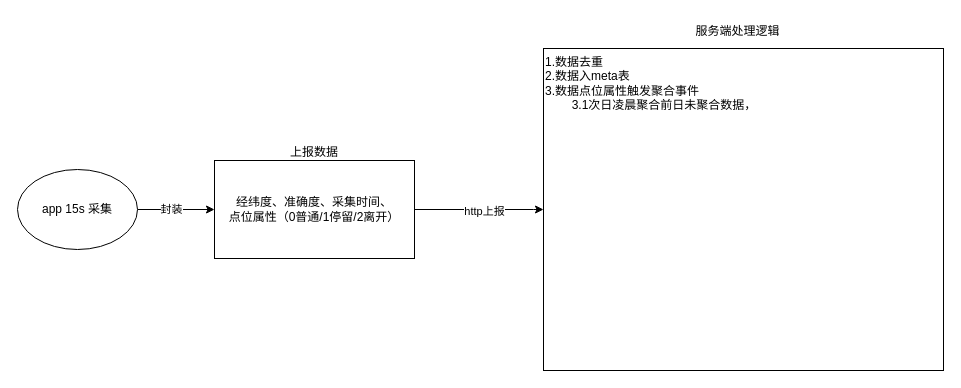
This is coordinate轨迹脑图.drawio from JimmyZzzzz/drawIO, a draw.io file, before an edit. Source tidied: cells renumbered, new cells numbered last; positions are measured from the earlier drawing's top-left corner, leaving out a move shared by most shapes. Both pictures are drawn from the tidied source at 100%, with x=0, y=0 at pixel (17, 17).
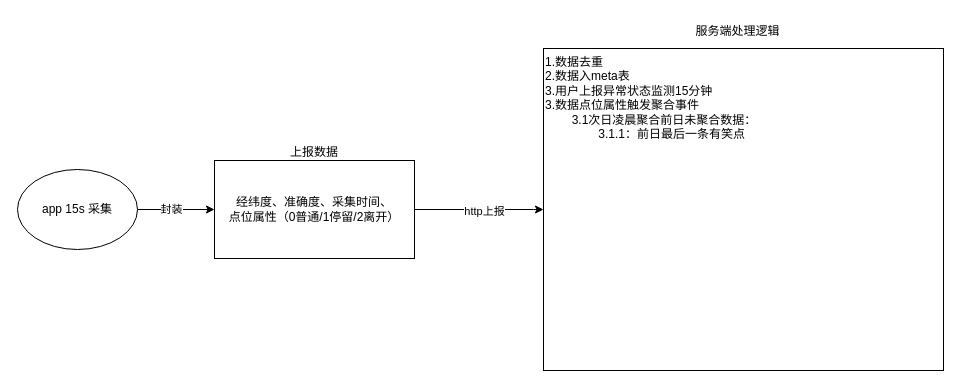
Above is the later version.

Commit message (it also covers changes not shown here):
更新coordinate轨迹脑图.drawio

The edit, as a diff of the source:
```diff
@@
 <mxGraphModel>
   <root>
     <mxCell id="0" />
     <mxCell id="1" parent="0" />
     <mxCell id="2" style="edgeStyle=orthogonalEdgeStyle;rounded=0;jettySize=auto;html=1;entryX=0;entryY=0.5;entryDx=0;entryDy=0;" parent="1" edge="1" source="4" target="7">
       <mxGeometry relative="1" as="geometry" />
     </mxCell>
     <mxCell id="3" value="封装" style="edgeLabel;html=1;align=center;verticalAlign=middle;" parent="2" vertex="1">
       <mxGeometry x="-0.15" y="1" relative="1" as="geometry" />
     </mxCell>
     <mxCell id="4" value="app 15s 采集" style="ellipse;whiteSpace=wrap;html=1;" parent="1" vertex="1">
       <mxGeometry y="152" width="120" height="80" as="geometry" />
     </mxCell>
     <mxCell id="5" style="edgeStyle=orthogonalEdgeStyle;rounded=0;jettySize=auto;html=1;exitX=1;exitY=0.5;exitDx=0;exitDy=0;entryX=0;entryY=0.5;entryDx=0;entryDy=0;" parent="1" edge="1" source="7" target="9">
       <mxGeometry relative="1" as="geometry">
         <Array as="points">
           <mxPoint x="516" y="192" />
         </Array>
       </mxGeometry>
     </mxCell>
     <mxCell id="6" value="http上报" style="edgeLabel;html=1;align=center;verticalAlign=middle;" parent="5" vertex="1">
       <mxGeometry x="0.07" y="-1" relative="1" as="geometry" />
     </mxCell>
     <mxCell id="7" value="经纬度、准确度、采集时间、&lt;div&gt;点位属性（0普通/1停留/2离开）&lt;/div&gt;" style="rounded=0;whiteSpace=wrap;html=1;" parent="1" vertex="1">
       <mxGeometry x="197" y="143" width="200" height="98" as="geometry" />
     </mxCell>
     <mxCell id="8" value="上报数据" style="text;html=1;align=center;verticalAlign=middle;whiteSpace=wrap;rounded=0;" parent="1" vertex="1">
       <mxGeometry x="267" y="120" width="60" height="30" as="geometry" />
     </mxCell>
-    <mxCell id="9" value="1.数据去重&lt;div&gt;2.数据入meta表&lt;/div&gt;&lt;div&gt;3.数据点位属性触发聚合事件&lt;/div&gt;&lt;div&gt;&lt;span style=&quot;white-space: pre;&quot;&gt;&#9;&lt;/span&gt;3.1次日凌晨聚合前日未聚合数据，&lt;br&gt;&lt;/div&gt;&lt;div&gt;&lt;span style=&quot;white-space: pre;&quot;&gt;&#9;&lt;/span&gt;&lt;br&gt;&lt;/div&gt;" style="rounded=0;whiteSpace=wrap;html=1;align=left;horizontal=1;verticalAlign=top;" parent="1" vertex="1">
+    <mxCell id="9" value="1.数据去重&lt;div&gt;2.数据入meta表&lt;/div&gt;&lt;div&gt;3.用户上报异常状态监测15分钟&lt;/div&gt;&lt;div&gt;3.数据点位属性触发聚合事件&lt;/div&gt;&lt;div&gt;&lt;span style=&quot;white-space: pre;&quot;&gt;&#9;&lt;/span&gt;3.1次日凌晨聚合前日未聚合数据：&lt;br&gt;&lt;/div&gt;&lt;div&gt;&lt;span style=&quot;white-space: pre;&quot;&gt;&#9;&lt;/span&gt;&lt;span style=&quot;white-space: pre;&quot;&gt;&#9;&lt;/span&gt;3.1.1：前日最后一条有笑点&lt;br&gt;&lt;/div&gt;&lt;div&gt;&lt;span style=&quot;white-space: pre;&quot;&gt;&#9;&lt;/span&gt;&lt;br&gt;&lt;/div&gt;" style="rounded=0;whiteSpace=wrap;html=1;align=left;horizontal=1;verticalAlign=top;" parent="1" vertex="1">
       <mxGeometry x="526" y="31" width="400" height="322" as="geometry" />
     </mxCell>
     <mxCell id="10" value="服务端处理逻辑" style="text;html=1;align=center;verticalAlign=middle;whiteSpace=wrap;rounded=0;" parent="1" vertex="1">
       <mxGeometry x="671" width="99" height="27" as="geometry" />
     </mxCell>
   </root>
 </mxGraphModel>
```
